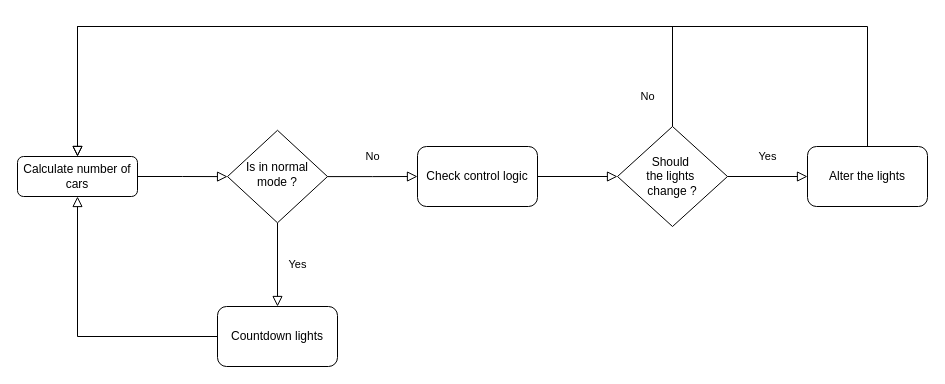
Above: KNCN.drawio in blueonline07/auth-demo (draw.io), before the change. Source tidied: cells renumbered, new cells numbered last; positions are measured from the earlier drawing's top-left corner, leaving out a move shared by most shapes. Both pictures are drawn from the tidied source at 100%, with x=0, y=0 at pixel (17, 26).
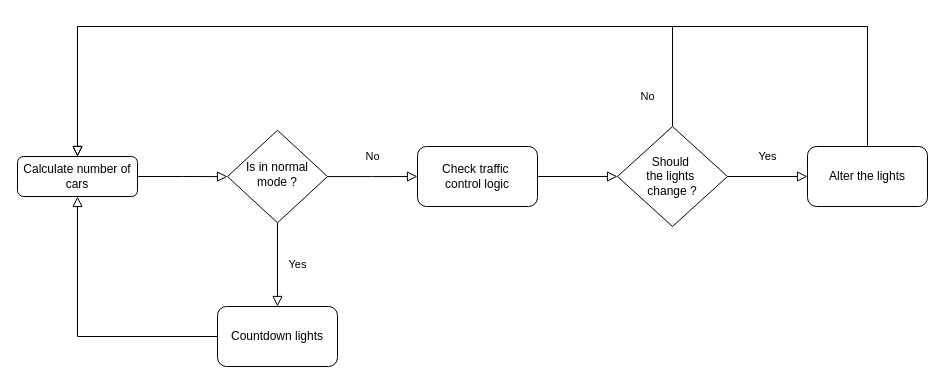
Above is the later version.

Change to the diagram source:
```diff
@@
-    <mxCell id="11" value="Check control logic" style="rounded=1;whiteSpace=wrap;html=1;" parent="1" vertex="1">
+    <mxCell id="11" value="Check traffic&amp;nbsp;&lt;div&gt;control logic&lt;/div&gt;" style="rounded=1;whiteSpace=wrap;html=1;" parent="1" vertex="1">
       <mxGeometry x="400" y="120" width="120" height="60" as="geometry" />
     </mxCell>
```
